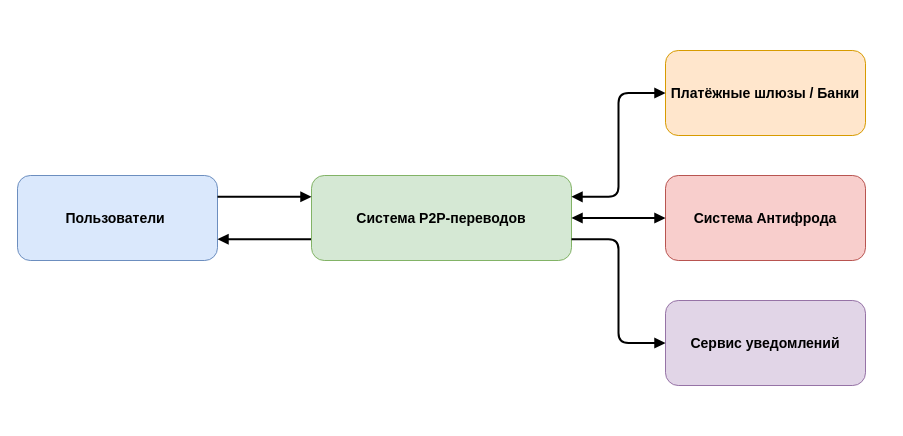
CBeredIOk/drawio keeps this draw.io diagram as P2P.drawio. Above is the earlier version. Source tidied: cells renumbered, new cells numbered last; positions are measured from the earlier drawing's top-left corner, leaving out a move shared by most shapes. Both pictures are drawn from the tidied source at 100%, with x=0, y=0 at pixel (17, 50).
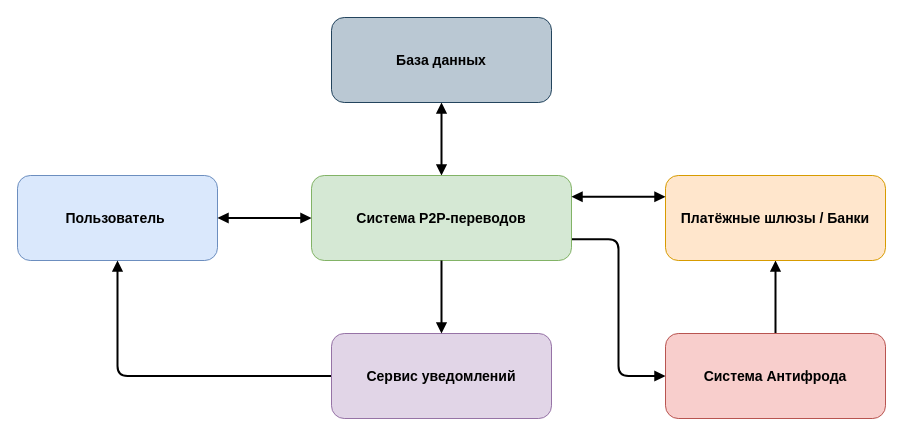
Above is the later version.

What changed in the source:
```diff
@@
 <mxGraphModel>
   <root>
     <mxCell id="0" />
     <mxCell id="1" parent="0" />
-    <mxCell id="2" value="Пользователи&amp;nbsp;" style="rounded=1;whiteSpace=wrap;html=1;fillColor=#dae8fc;strokeColor=#6c8ebf;fontSize=14;fontStyle=1;" parent="1" vertex="1">
+    <mxCell id="2" value="Пользователь&amp;nbsp;" style="rounded=1;whiteSpace=wrap;html=1;fillColor=#dae8fc;strokeColor=#6c8ebf;fontSize=14;fontStyle=1;" parent="1" vertex="1">
       <mxGeometry y="125" width="200" height="85" as="geometry" />
     </mxCell>
-    <mxCell id="3" style="edgeStyle=orthogonalEdgeStyle;rounded=1;jettySize=auto;html=1;exitX=0;exitY=0.75;exitDx=0;exitDy=0;entryX=1;entryY=0.75;entryDx=0;entryDy=0;strokeWidth=2;curved=0;endArrow=block;endFill=1;" parent="1" edge="1" source="4" target="2">
-      <mxGeometry relative="1" as="geometry" />
-    </mxCell>
+    <mxCell id="10" style="edgeStyle=orthogonalEdgeStyle;rounded=1;jettySize=auto;html=1;exitX=1;exitY=0.75;exitDx=0;exitDy=0;entryX=0;entryY=0.5;entryDx=0;entryDy=0;curved=0;strokeWidth=2;endArrow=block;endFill=1;" parent="1" edge="1" source="4" target="6">
+      <mxGeometry relative="1" as="geometry" />
+    </mxCell>
+    <mxCell id="12" style="edgeStyle=orthogonalEdgeStyle;rounded=1;jettySize=auto;html=1;exitX=0.5;exitY=0;exitDx=0;exitDy=0;entryX=0.5;entryY=1;entryDx=0;entryDy=0;strokeWidth=2;endArrow=block;endFill=1;startArrow=block;startFill=1;curved=0;" parent="1" edge="1" source="4" target="15">
+      <mxGeometry relative="1" as="geometry" />
+    </mxCell>
     <mxCell id="4" value="Система P2P-переводов" style="rounded=1;whiteSpace=wrap;html=1;fillColor=#d5e8d4;strokeColor=#82b366;fontSize=14;fontStyle=1;" parent="1" vertex="1">
       <mxGeometry x="294" y="125" width="260" height="85" as="geometry" />
     </mxCell>
+    <mxCell id="13" style="edgeStyle=orthogonalEdgeStyle;rounded=1;jettySize=auto;html=1;exitX=0.5;exitY=1;exitDx=0;exitDy=0;entryX=0.5;entryY=0;entryDx=0;entryDy=0;strokeWidth=2;curved=0;endArrow=none;endFill=0;startArrow=block;startFill=1;" parent="1" edge="1" source="5" target="6">
+      <mxGeometry relative="1" as="geometry" />
+    </mxCell>
     <mxCell id="5" value="Платёжные шлюзы / Банки" style="rounded=1;whiteSpace=wrap;html=1;fillColor=#ffe6cc;strokeColor=#d79b00;fontSize=14;fontStyle=1;" parent="1" vertex="1">
-      <mxGeometry x="648" width="200" height="85" as="geometry" />
+      <mxGeometry x="648" y="125" width="220" height="85" as="geometry" />
     </mxCell>
     <mxCell id="6" value="Система Антифрода" style="rounded=1;whiteSpace=wrap;html=1;fillColor=#f8cecc;strokeColor=#b85450;fontSize=14;fontStyle=1;" parent="1" vertex="1">
-      <mxGeometry x="648" y="125" width="200" height="85" as="geometry" />
+      <mxGeometry x="648" y="283" width="220" height="85" as="geometry" />
     </mxCell>
+    <mxCell id="14" style="edgeStyle=orthogonalEdgeStyle;rounded=1;jettySize=auto;html=1;exitX=0;exitY=0.5;exitDx=0;exitDy=0;entryX=0.5;entryY=1;entryDx=0;entryDy=0;endArrow=block;endFill=1;strokeWidth=2;curved=0;" parent="1" edge="1" source="7" target="2">
+      <mxGeometry relative="1" as="geometry" />
+    </mxCell>
     <mxCell id="7" value="Сервис уведомлений" style="rounded=1;whiteSpace=wrap;html=1;fillColor=#e1d5e7;strokeColor=#9673a6;fontSize=14;fontStyle=1;" parent="1" vertex="1">
-      <mxGeometry x="648" y="250" width="200" height="85" as="geometry" />
+      <mxGeometry x="314" y="283" width="220" height="85" as="geometry" />
     </mxCell>
-    <mxCell id="8" style="endArrow=block;endFill=1;strokeWidth=2;exitX=1;exitY=0.25;exitDx=0;exitDy=0;entryX=0;entryY=0.25;entryDx=0;entryDy=0;edgeStyle=orthogonalEdgeStyle;" parent="1" edge="1" source="2" target="4">
+    <mxCell id="8" style="endArrow=block;endFill=1;strokeWidth=2;exitX=1;exitY=0.5;exitDx=0;exitDy=0;edgeStyle=orthogonalEdgeStyle;entryX=0;entryY=0.5;entryDx=0;entryDy=0;startArrow=block;startFill=1;" parent="1" edge="1" source="2" target="4">
       <mxGeometry relative="1" as="geometry" />
     </mxCell>
-    <mxCell id="9" style="endArrow=block;endFill=1;strokeWidth=2;startArrow=block;startFill=1;exitX=1;exitY=0.25;exitDx=0;exitDy=0;entryX=0;entryY=0.5;entryDx=0;entryDy=0;edgeStyle=orthogonalEdgeStyle;" parent="1" edge="1" source="4" target="5">
+    <mxCell id="9" style="endArrow=block;endFill=1;strokeWidth=2;startArrow=block;startFill=1;exitX=1;exitY=0.25;exitDx=0;exitDy=0;entryX=0;entryY=0.25;entryDx=0;entryDy=0;edgeStyle=orthogonalEdgeStyle;" parent="1" edge="1" source="4" target="5">
       <mxGeometry relative="1" as="geometry" />
     </mxCell>
-    <mxCell id="10" style="endArrow=block;endFill=1;strokeWidth=2;startArrow=block;startFill=1;" parent="1" edge="1" source="4" target="6">
-      <mxGeometry relative="1" as="geometry" />
-    </mxCell>
-    <mxCell id="11" style="endArrow=block;endFill=1;strokeWidth=2;exitX=1;exitY=0.75;exitDx=0;exitDy=0;entryX=0;entryY=0.5;entryDx=0;entryDy=0;edgeStyle=orthogonalEdgeStyle;" parent="1" edge="1" source="4" target="7">
+    <mxCell id="11" style="endArrow=block;endFill=1;strokeWidth=2;exitX=0.5;exitY=1;exitDx=0;exitDy=0;entryX=0.5;entryY=0;entryDx=0;entryDy=0;edgeStyle=orthogonalEdgeStyle;" parent="1" edge="1" source="4" target="7">
       <mxGeometry relative="1" as="geometry" />
     </mxCell>
+    <mxCell id="15" value="База данных" style="rounded=1;whiteSpace=wrap;html=1;fillColor=#bac8d3;strokeColor=#23445d;fontSize=14;fontStyle=1;" parent="1" vertex="1">
+      <mxGeometry x="314" y="-33" width="220" height="85" as="geometry" />
+    </mxCell>
   </root>
 </mxGraphModel>
```
